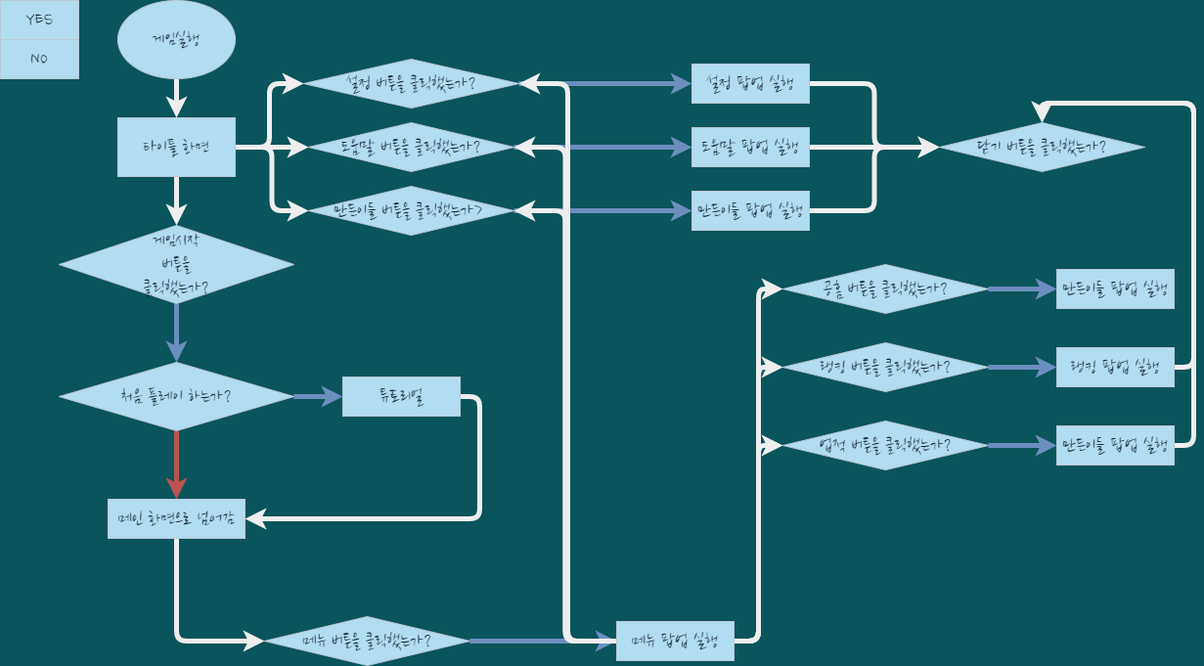
kinesis19/stac_project_SME keeps this draw.io diagram as gameplay_flowchat.drawio.png. Above is the earlier version. Source tidied: cells renumbered, new cells last; positions are measured from the earlier drawing's top-left corner, leaving out a move shared by most shapes.
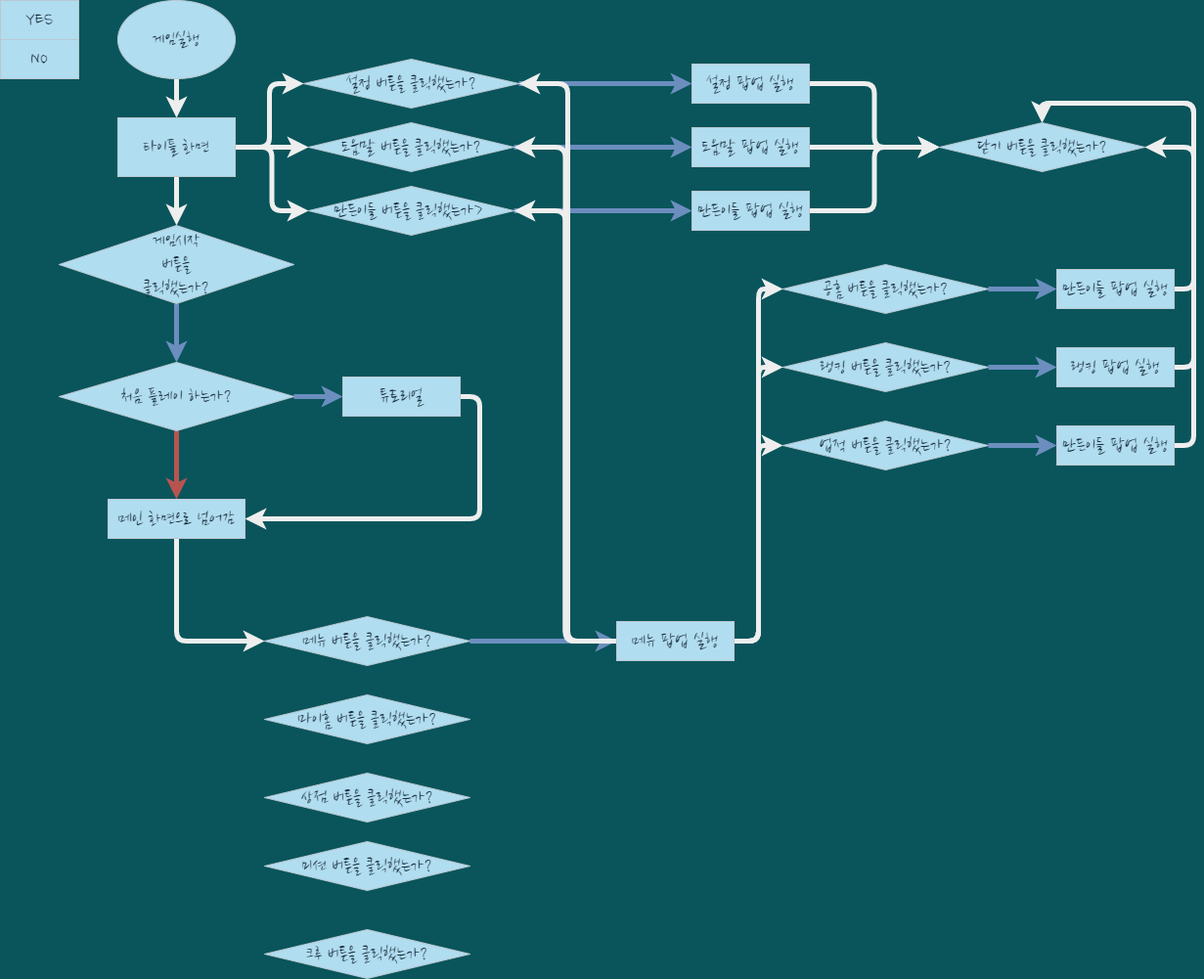
After the commit.

Change to the diagram source:
```diff
@@ -133,6 +133,9 @@
     <mxCell id="44" value="공홈 버튼을 클릭했는가?" style="rhombus;whiteSpace=wrap;html=1;rounded=0;sketch=0;fontFamily=Nanum Brush Script;fontSource=https%3A%2F%2Ffonts.googleapis.com%2Fcss%3Ffamily%3DNanum%2BBrush%2BScript;fontSize=20;fillColor=#B1DDF0;strokeColor=#BAC8D3;fontColor=#182E3E;" parent="1" vertex="1">
       <mxGeometry x="800" y="270" width="210" height="50" as="geometry" />
     </mxCell>
+    <mxCell id="53" style="edgeStyle=orthogonalEdgeStyle;curved=0;rounded=1;sketch=0;jettySize=auto;html=1;exitX=1;exitY=0.5;exitDx=0;exitDy=0;entryX=1;entryY=0.5;entryDx=0;entryDy=0;fontColor=#FFFFFF;strokeColor=#EEEEEE;strokeWidth=5;" parent="1" edge="1" source="45" target="52">
+      <mxGeometry relative="1" as="geometry" />
+    </mxCell>
     <mxCell id="45" value="만든이들 팝업 실행" style="rounded=0;whiteSpace=wrap;html=1;sketch=0;fontFamily=Nanum Brush Script;fontSource=https%3A%2F%2Ffonts.googleapis.com%2Fcss%3Ffamily%3DNanum%2BBrush%2BScript;fontSize=20;fillColor=#B1DDF0;strokeColor=#BAC8D3;fontColor=#182E3E;" parent="1" vertex="1">
       <mxGeometry x="1080" y="275" width="120" height="40" as="geometry" />
     </mxCell>
@@ -161,5 +164,17 @@
     <mxCell id="52" value="닫기 버튼을 클릭했는가?" style="rhombus;whiteSpace=wrap;html=1;rounded=0;sketch=0;fontFamily=Nanum Brush Script;fontSource=https%3A%2F%2Ffonts.googleapis.com%2Fcss%3Ffamily%3DNanum%2BBrush%2BScript;fontSize=20;fillColor=#B1DDF0;strokeColor=#BAC8D3;fontColor=#182E3E;" parent="1" vertex="1">
       <mxGeometry x="960" y="125" width="210" height="50" as="geometry" />
     </mxCell>
+    <mxCell id="54" value="마이홈 버튼을 클릭했는가?" style="rhombus;whiteSpace=wrap;html=1;rounded=0;sketch=0;fontFamily=Nanum Brush Script;fontSource=https%3A%2F%2Ffonts.googleapis.com%2Fcss%3Ffamily%3DNanum%2BBrush%2BScript;fontSize=20;fillColor=#B1DDF0;strokeColor=#BAC8D3;fontColor=#182E3E;" parent="1" vertex="1">
+      <mxGeometry x="270" y="710" width="210" height="50" as="geometry" />
+    </mxCell>
+    <mxCell id="55" value="상점 버튼을 클릭했는가?" style="rhombus;whiteSpace=wrap;html=1;rounded=0;sketch=0;fontFamily=Nanum Brush Script;fontSource=https%3A%2F%2Ffonts.googleapis.com%2Fcss%3Ffamily%3DNanum%2BBrush%2BScript;fontSize=20;fillColor=#B1DDF0;strokeColor=#BAC8D3;fontColor=#182E3E;" parent="1" vertex="1">
+      <mxGeometry x="270" y="790" width="210" height="50" as="geometry" />
+    </mxCell>
+    <mxCell id="56" value="미션 버튼을 클릭했는가?" style="rhombus;whiteSpace=wrap;html=1;rounded=0;sketch=0;fontFamily=Nanum Brush Script;fontSource=https%3A%2F%2Ffonts.googleapis.com%2Fcss%3Ffamily%3DNanum%2BBrush%2BScript;fontSize=20;fillColor=#B1DDF0;strokeColor=#BAC8D3;fontColor=#182E3E;" parent="1" vertex="1">
+      <mxGeometry x="270" y="860" width="210" height="50" as="geometry" />
+    </mxCell>
+    <mxCell id="57" value="크루 버튼을 클릭했는가?" style="rhombus;whiteSpace=wrap;html=1;rounded=0;sketch=0;fontFamily=Nanum Brush Script;fontSource=https%3A%2F%2Ffonts.googleapis.com%2Fcss%3Ffamily%3DNanum%2BBrush%2BScript;fontSize=20;fillColor=#B1DDF0;strokeColor=#BAC8D3;fontColor=#182E3E;" parent="1" vertex="1">
+      <mxGeometry x="270" y="950" width="210" height="50" as="geometry" />
+    </mxCell>
   </root>
 </mxGraphModel>
```
